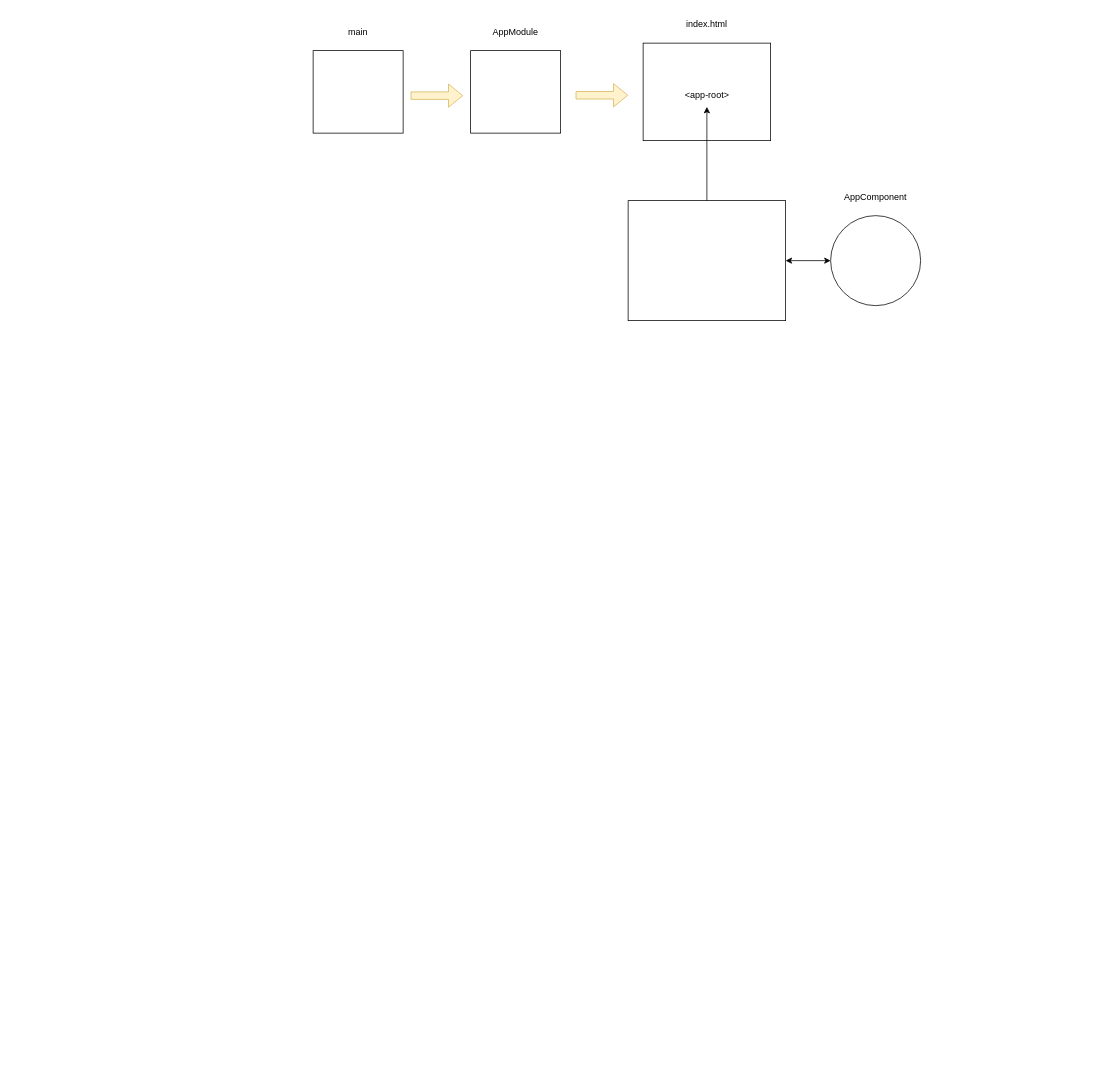
lrag/MEAN_2021_2 keeps this draw.io diagram as page "Página-39" (38 of 38) of dibujos.drawio. Above is the earlier version. Source tidied: cells renumbered, new cells numbered last; positions are measured from the earlier drawing's top-left corner, leaving out a move shared by most shapes. Both pictures are drawn from the tidied source at 75%, with x=0, y=0 at pixel (313, 13).
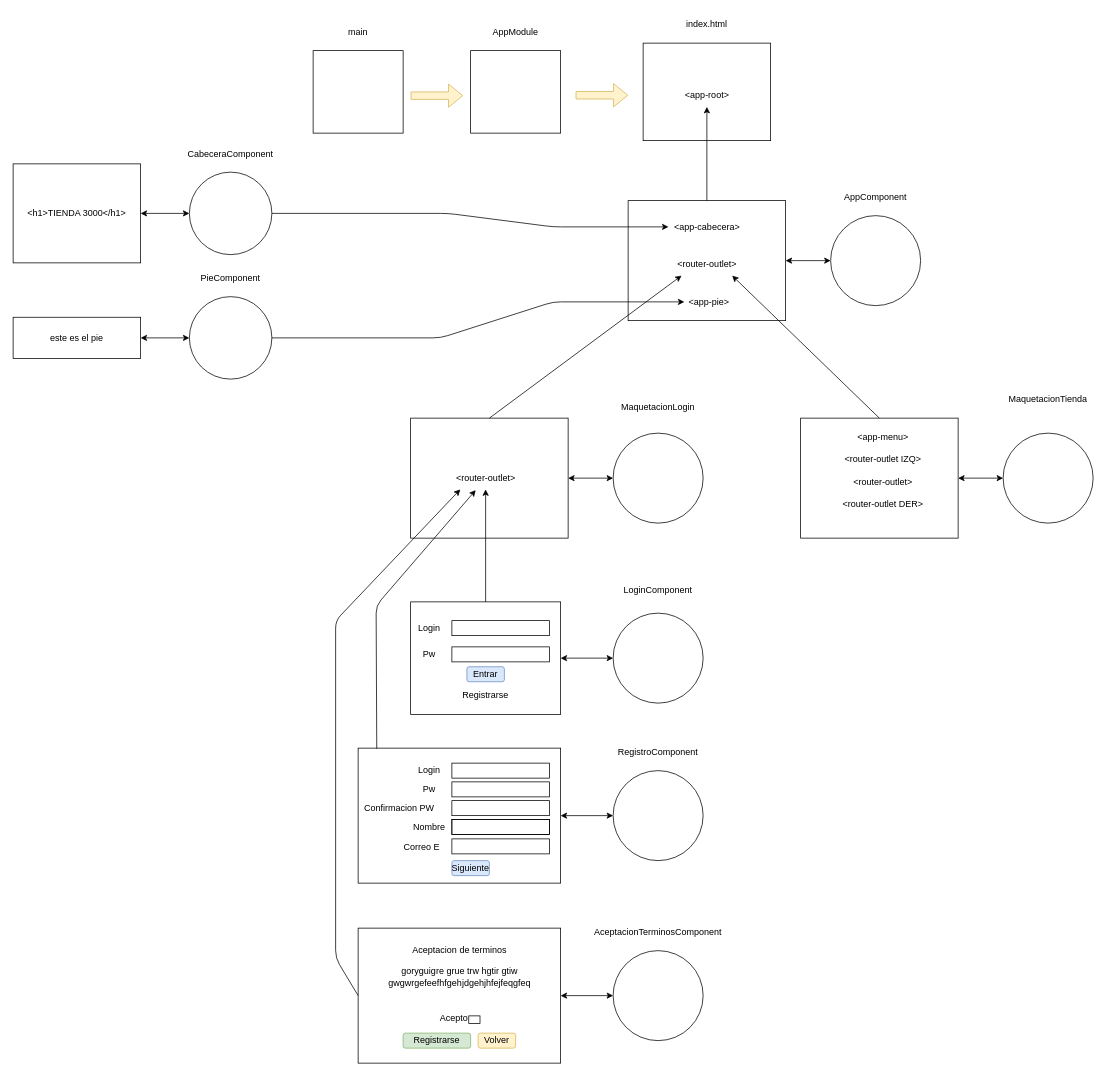
After the change.

The edit, as a diff of the source:
```diff
@@
+    <mxCell id="16" value="&amp;lt;app-cabecera&amp;gt;" style="text;html=1;strokeColor=none;fillColor=none;align=center;verticalAlign=middle;whiteSpace=wrap;rounded=0;" parent="1" vertex="1">
+      <mxGeometry x="473.8" y="270" width="102.5" height="30" as="geometry" />
+    </mxCell>
+    <mxCell id="17" value="&amp;lt;app-pie&amp;gt;" style="text;html=1;strokeColor=none;fillColor=none;align=center;verticalAlign=middle;whiteSpace=wrap;rounded=0;" parent="1" vertex="1">
+      <mxGeometry x="495" y="370" width="66.2" height="30" as="geometry" />
+    </mxCell>
+    <mxCell id="18" value="&amp;lt;router-outlet&amp;gt;" style="text;html=1;strokeColor=none;fillColor=none;align=center;verticalAlign=middle;whiteSpace=wrap;rounded=0;" parent="1" vertex="1">
+      <mxGeometry x="457.5" y="320" width="135" height="30" as="geometry" />
+    </mxCell>
+    <mxCell id="19" style="ellipse;whiteSpace=wrap;html=1;strokeColor=default;fillColor=none;" parent="1" vertex="1">
+      <mxGeometry x="400" y="560" width="120" height="120" as="geometry" />
+    </mxCell>
+    <mxCell id="20" style="rounded=0;whiteSpace=wrap;html=1;strokeColor=default;fillColor=none;" parent="1" vertex="1">
+      <mxGeometry x="130" y="540" width="210" height="160" as="geometry" />
+    </mxCell>
+    <mxCell id="21" style="endArrow=classic;startArrow=classic;html=1;rounded=1;strokeColor=#000000;strokeWidth=1;exitX=1;exitY=0.5;exitDx=0;exitDy=0;" parent="1" edge="1" source="20" target="19">
+      <mxGeometry relative="1" as="geometry" />
+    </mxCell>
+    <mxCell id="22" style="ellipse;whiteSpace=wrap;html=1;strokeColor=default;fillColor=none;" parent="1" vertex="1">
+      <mxGeometry x="920" y="560" width="120" height="120" as="geometry" />
+    </mxCell>
+    <mxCell id="23" style="rounded=0;whiteSpace=wrap;html=1;strokeColor=default;fillColor=none;" parent="1" vertex="1">
+      <mxGeometry x="650" y="540" width="210" height="160" as="geometry" />
+    </mxCell>
+    <mxCell id="24" style="endArrow=classic;startArrow=classic;html=1;rounded=1;strokeColor=#000000;strokeWidth=1;exitX=1;exitY=0.5;exitDx=0;exitDy=0;" parent="1" edge="1" source="23" target="22">
+      <mxGeometry relative="1" as="geometry" />
+    </mxCell>
+    <mxCell id="25" value="&amp;lt;app-menu&amp;gt;" style="text;html=1;strokeColor=none;fillColor=none;align=center;verticalAlign=middle;whiteSpace=wrap;rounded=0;" parent="1" vertex="1">
+      <mxGeometry x="715" y="550" width="90" height="30" as="geometry" />
+    </mxCell>
+    <mxCell id="26" value="&amp;lt;router-outlet&amp;gt;" style="text;html=1;strokeColor=none;fillColor=none;align=center;verticalAlign=middle;whiteSpace=wrap;rounded=0;" parent="1" vertex="1">
+      <mxGeometry x="710" y="610" width="100" height="30" as="geometry" />
+    </mxCell>
+    <mxCell id="27" value="&amp;lt;router-outlet IZQ&amp;gt;" style="text;html=1;strokeColor=none;fillColor=none;align=center;verticalAlign=middle;whiteSpace=wrap;rounded=0;" parent="1" vertex="1">
+      <mxGeometry x="695" y="580" width="130" height="30" as="geometry" />
+    </mxCell>
+    <mxCell id="28" value="&amp;lt;router-outlet DER&amp;gt;" style="text;html=1;strokeColor=none;fillColor=none;align=center;verticalAlign=middle;whiteSpace=wrap;rounded=0;" parent="1" vertex="1">
+      <mxGeometry x="695" y="640" width="130" height="30" as="geometry" />
+    </mxCell>
+    <mxCell id="29" value="&amp;lt;router-outlet&amp;gt;" style="text;html=1;strokeColor=none;fillColor=none;align=center;verticalAlign=middle;whiteSpace=wrap;rounded=0;" parent="1" vertex="1">
+      <mxGeometry x="162.5" y="605" width="135" height="30" as="geometry" />
+    </mxCell>
+    <mxCell id="30" style="endArrow=classic;html=1;rounded=1;exitX=0.5;exitY=0;exitDx=0;exitDy=0;entryX=0.25;entryY=1;entryDx=0;entryDy=0;" parent="1" edge="1" source="20" target="18">
+      <mxGeometry relative="1" as="geometry" />
+    </mxCell>
+    <mxCell id="31" style="endArrow=classic;html=1;rounded=1;exitX=0.5;exitY=0;exitDx=0;exitDy=0;entryX=0.75;entryY=1;entryDx=0;entryDy=0;" parent="1" edge="1" source="23" target="18">
+      <mxGeometry relative="1" as="geometry" />
+    </mxCell>
+    <mxCell id="32" style="ellipse;whiteSpace=wrap;html=1;strokeColor=default;fillColor=none;" parent="1" vertex="1">
+      <mxGeometry x="400" y="800" width="120" height="120" as="geometry" />
+    </mxCell>
+    <mxCell id="33" style="endArrow=classic;startArrow=classic;html=1;rounded=1;strokeColor=#000000;strokeWidth=1;exitX=1;exitY=0.5;exitDx=0;exitDy=0;" parent="1" edge="1" target="32">
+      <mxGeometry relative="1" as="geometry">
+        <mxPoint x="330" y="860" as="sourcePoint" />
+      </mxGeometry>
+    </mxCell>
+    <mxCell id="34" style="edgeStyle=none;rounded=1;orthogonalLoop=1;jettySize=auto;html=1;exitX=0;exitY=0;exitDx=0;exitDy=0;" parent="1" edge="1">
+      <mxGeometry relative="1" as="geometry">
+        <mxPoint x="160" y="795" as="sourcePoint" />
+        <mxPoint x="160" y="795" as="targetPoint" />
+      </mxGeometry>
+    </mxCell>
+    <mxCell id="35" style="ellipse;whiteSpace=wrap;html=1;strokeColor=default;fillColor=none;" parent="1" vertex="1">
+      <mxGeometry x="400" y="1010" width="120" height="120" as="geometry" />
+    </mxCell>
+    <mxCell id="36" style="rounded=0;whiteSpace=wrap;html=1;strokeColor=default;fillColor=none;" parent="1" vertex="1">
+      <mxGeometry x="60" y="980" width="270" height="180" as="geometry" />
+    </mxCell>
+    <mxCell id="37" style="endArrow=classic;startArrow=classic;html=1;rounded=1;strokeColor=#000000;strokeWidth=1;exitX=1;exitY=0.5;exitDx=0;exitDy=0;" parent="1" edge="1" source="36" target="35">
+      <mxGeometry relative="1" as="geometry" />
+    </mxCell>
+    <mxCell id="38" style="edgeStyle=none;rounded=1;orthogonalLoop=1;jettySize=auto;html=1;exitX=0;exitY=0;exitDx=0;exitDy=0;" parent="1" edge="1" source="36" target="36">
+      <mxGeometry relative="1" as="geometry" />
+    </mxCell>
+    <mxCell id="39" style="ellipse;whiteSpace=wrap;html=1;strokeColor=default;fillColor=none;" parent="1" vertex="1">
+      <mxGeometry x="400" y="1250" width="120" height="120" as="geometry" />
+    </mxCell>
+    <mxCell id="40" style="edgeStyle=none;rounded=1;orthogonalLoop=1;jettySize=auto;html=1;exitX=0;exitY=0;exitDx=0;exitDy=0;" parent="1" edge="1">
+      <mxGeometry relative="1" as="geometry">
+        <mxPoint x="215" y="1265" as="sourcePoint" />
+        <mxPoint x="215" y="1265" as="targetPoint" />
+      </mxGeometry>
+    </mxCell>
+    <mxCell id="41" style="rounded=0;whiteSpace=wrap;html=1;fillColor=none;" parent="1" vertex="1">
+      <mxGeometry x="130" y="785" width="200" height="150" as="geometry" />
+    </mxCell>
+    <mxCell id="42" style="rounded=0;whiteSpace=wrap;html=1;fillColor=none;" parent="1" vertex="1">
+      <mxGeometry x="185" y="810" width="130" height="20" as="geometry" />
+    </mxCell>
+    <mxCell id="43" style="rounded=0;whiteSpace=wrap;html=1;fillColor=none;" parent="1" vertex="1">
+      <mxGeometry x="185" y="845" width="130" height="20" as="geometry" />
+    </mxCell>
+    <mxCell id="44" value="Login" style="text;html=1;strokeColor=none;fillColor=none;align=center;verticalAlign=middle;whiteSpace=wrap;rounded=0;" parent="1" vertex="1">
+      <mxGeometry x="135" y="810" width="40" height="20" as="geometry" />
+    </mxCell>
+    <mxCell id="45" value="Pw" style="text;html=1;strokeColor=none;fillColor=none;align=center;verticalAlign=middle;whiteSpace=wrap;rounded=0;" parent="1" vertex="1">
+      <mxGeometry x="135" y="845" width="40" height="20" as="geometry" />
+    </mxCell>
+    <mxCell id="46" value="Entrar" style="rounded=1;whiteSpace=wrap;html=1;fillColor=#dae8fc;strokeColor=#6c8ebf;" parent="1" vertex="1">
+      <mxGeometry x="205" y="871.5" width="50" height="20" as="geometry" />
+    </mxCell>
+    <mxCell id="47" value="Registrarse" style="text;html=1;strokeColor=none;fillColor=none;align=center;verticalAlign=middle;whiteSpace=wrap;rounded=0;" parent="1" vertex="1">
+      <mxGeometry x="210" y="900" width="40" height="20" as="geometry" />
+    </mxCell>
+    <mxCell id="48" style="rounded=0;whiteSpace=wrap;html=1;fillColor=none;" parent="1" vertex="1">
+      <mxGeometry x="185" y="1000" width="130" height="20" as="geometry" />
+    </mxCell>
+    <mxCell id="49" style="rounded=0;whiteSpace=wrap;html=1;fillColor=none;" parent="1" vertex="1">
+      <mxGeometry x="185" y="1025" width="130" height="20" as="geometry" />
+    </mxCell>
+    <mxCell id="50" value="Login" style="text;html=1;strokeColor=none;fillColor=none;align=center;verticalAlign=middle;whiteSpace=wrap;rounded=0;" parent="1" vertex="1">
+      <mxGeometry x="135" y="1000" width="40" height="20" as="geometry" />
+    </mxCell>
+    <mxCell id="51" value="Pw" style="text;html=1;strokeColor=none;fillColor=none;align=center;verticalAlign=middle;whiteSpace=wrap;rounded=0;" parent="1" vertex="1">
+      <mxGeometry x="135" y="1025" width="40" height="20" as="geometry" />
+    </mxCell>
+    <mxCell id="52" value="Siguiente" style="rounded=1;whiteSpace=wrap;html=1;fillColor=#dae8fc;strokeColor=#6c8ebf;" parent="1" vertex="1">
+      <mxGeometry x="185" y="1130" width="50" height="20" as="geometry" />
+    </mxCell>
+    <mxCell id="53" style="rounded=0;whiteSpace=wrap;html=1;fillColor=none;" parent="1" vertex="1">
+      <mxGeometry x="185" y="1050" width="130" height="20" as="geometry" />
+    </mxCell>
+    <mxCell id="54" value="Confirmacion PW" style="text;html=1;strokeColor=none;fillColor=none;align=center;verticalAlign=middle;whiteSpace=wrap;rounded=0;" parent="1" vertex="1">
+      <mxGeometry x="55" y="1050" width="120" height="20" as="geometry" />
+    </mxCell>
+    <mxCell id="55" style="rounded=0;whiteSpace=wrap;html=1;fillColor=none;" parent="1" vertex="1">
+      <mxGeometry x="185" y="1075" width="130" height="20" as="geometry" />
+    </mxCell>
+    <mxCell id="56" value="Nombre" style="text;html=1;strokeColor=none;fillColor=none;align=center;verticalAlign=middle;whiteSpace=wrap;rounded=0;" parent="1" vertex="1">
+      <mxGeometry x="135" y="1075" width="40" height="20" as="geometry" />
+    </mxCell>
+    <mxCell id="57" style="rounded=0;whiteSpace=wrap;html=1;fillColor=none;" parent="1" vertex="1">
+      <mxGeometry x="185" y="1075" width="130" height="20" as="geometry" />
+    </mxCell>
+    <mxCell id="58" value="Correo E" style="text;html=1;strokeColor=none;fillColor=none;align=center;verticalAlign=middle;whiteSpace=wrap;rounded=0;" parent="1" vertex="1">
+      <mxGeometry x="115" y="1102" width="60" height="20" as="geometry" />
+    </mxCell>
+    <mxCell id="59" style="rounded=0;whiteSpace=wrap;html=1;fillColor=none;" parent="1" vertex="1">
+      <mxGeometry x="185" y="1101" width="130" height="20" as="geometry" />
+    </mxCell>
+    <mxCell id="60" style="rounded=0;whiteSpace=wrap;html=1;fillColor=none;" parent="1" vertex="1">
+      <mxGeometry x="60" y="1220" width="270" height="180" as="geometry" />
+    </mxCell>
+    <mxCell id="61" value="Aceptacion de terminos" style="text;html=1;strokeColor=none;fillColor=none;align=center;verticalAlign=middle;whiteSpace=wrap;rounded=0;" parent="1" vertex="1">
+      <mxGeometry x="117.5" y="1240" width="155" height="20" as="geometry" />
+    </mxCell>
+    <mxCell id="62" value="Registrarse" style="rounded=1;whiteSpace=wrap;html=1;fillColor=#d5e8d4;strokeColor=#82b366;" parent="1" vertex="1">
+      <mxGeometry x="120" y="1360" width="90" height="20" as="geometry" />
+    </mxCell>
+    <mxCell id="63" value="goryguigre grue trw hgtir gtiw gwgwrgefeefhfgehjdgehjhfejfeqgfeq" style="text;html=1;strokeColor=none;fillColor=none;align=center;verticalAlign=middle;whiteSpace=wrap;rounded=0;" parent="1" vertex="1">
+      <mxGeometry x="167.5" y="1275" width="55" height="20" as="geometry" />
+    </mxCell>
+    <mxCell id="64" value="Acepto" style="text;html=1;strokeColor=none;fillColor=none;align=center;verticalAlign=middle;whiteSpace=wrap;rounded=0;" parent="1" vertex="1">
+      <mxGeometry x="167.5" y="1330" width="40" height="20" as="geometry" />
+    </mxCell>
+    <mxCell id="65" style="rounded=0;whiteSpace=wrap;html=1;fillColor=none;" parent="1" vertex="1">
+      <mxGeometry x="207.5" y="1337" width="15" height="10" as="geometry" />
+    </mxCell>
+    <mxCell id="66" value="Volver" style="rounded=1;whiteSpace=wrap;html=1;fillColor=#fff2cc;strokeColor=#d6b656;" parent="1" vertex="1">
+      <mxGeometry x="220" y="1360" width="50" height="20" as="geometry" />
+    </mxCell>
+    <mxCell id="67" style="endArrow=classic;startArrow=classic;html=1;rounded=1;exitX=1;exitY=0.5;exitDx=0;exitDy=0;entryX=0;entryY=0.5;entryDx=0;entryDy=0;" parent="1" edge="1" source="60" target="39">
+      <mxGeometry relative="1" as="geometry" />
+    </mxCell>
+    <mxCell id="68" style="endArrow=classic;html=1;rounded=1;entryX=0.5;entryY=1;entryDx=0;entryDy=0;" parent="1" edge="1" source="41" target="29">
+      <mxGeometry relative="1" as="geometry" />
+    </mxCell>
+    <mxCell id="69" style="endArrow=classic;html=1;rounded=1;entryX=0.402;entryY=1.033;entryDx=0;entryDy=0;exitX=0.092;exitY=0.004;exitDx=0;exitDy=0;exitPerimeter=0;entryPerimeter=0;" parent="1" edge="1" source="36" target="29">
+      <mxGeometry relative="1" as="geometry">
+        <Array as="points">
+          <mxPoint x="84" y="790" />
+        </Array>
+      </mxGeometry>
+    </mxCell>
+    <mxCell id="70" style="endArrow=classic;html=1;rounded=1;exitX=0;exitY=0.5;exitDx=0;exitDy=0;entryX=0.25;entryY=1;entryDx=0;entryDy=0;" parent="1" edge="1" source="60" target="29">
+      <mxGeometry relative="1" as="geometry">
+        <Array as="points">
+          <mxPoint x="30" y="1260" />
+          <mxPoint x="30" y="810" />
+        </Array>
+      </mxGeometry>
+    </mxCell>
+    <mxCell id="71" value="&amp;lt;h1&amp;gt;TIENDA 3000&amp;lt;/h1&amp;gt;" style="rounded=0;whiteSpace=wrap;html=1;fillColor=none;" parent="1" vertex="1">
+      <mxGeometry x="-400" y="201" width="170" height="132" as="geometry" />
+    </mxCell>
+    <mxCell id="72" style="ellipse;whiteSpace=wrap;html=1;fillColor=none;" parent="1" vertex="1">
+      <mxGeometry x="-165" y="212" width="110" height="110" as="geometry" />
+    </mxCell>
+    <mxCell id="73" style="endArrow=classic;startArrow=classic;html=1;strokeWidth=1;exitX=1;exitY=0.5;exitDx=0;exitDy=0;" parent="1" edge="1" source="71" target="72">
+      <mxGeometry relative="1" as="geometry" />
+    </mxCell>
+    <mxCell id="74" value="CabeceraComponent" style="text;html=1;strokeColor=none;fillColor=none;align=center;verticalAlign=middle;whiteSpace=wrap;rounded=0;" parent="1" vertex="1">
+      <mxGeometry x="-130" y="178" width="40" height="20" as="geometry" />
+    </mxCell>
+    <mxCell id="75" value="este es el pie" style="rounded=0;whiteSpace=wrap;html=1;fillColor=none;" parent="1" vertex="1">
+      <mxGeometry x="-400" y="405.5" width="170" height="55" as="geometry" />
+    </mxCell>
+    <mxCell id="76" style="ellipse;whiteSpace=wrap;html=1;fillColor=none;" parent="1" vertex="1">
+      <mxGeometry x="-165" y="378" width="110" height="110" as="geometry" />
+    </mxCell>
+    <mxCell id="77" style="endArrow=classic;startArrow=classic;html=1;strokeWidth=1;exitX=1;exitY=0.5;exitDx=0;exitDy=0;" parent="1" edge="1" source="75" target="76">
+      <mxGeometry relative="1" as="geometry" />
+    </mxCell>
+    <mxCell id="78" value="PieComponent" style="text;html=1;strokeColor=none;fillColor=none;align=center;verticalAlign=middle;whiteSpace=wrap;rounded=0;" parent="1" vertex="1">
+      <mxGeometry x="-130" y="344" width="40" height="20" as="geometry" />
+    </mxCell>
+    <mxCell id="79" style="endArrow=classic;html=1;rounded=1;exitX=1;exitY=0.5;exitDx=0;exitDy=0;entryX=0;entryY=0.5;entryDx=0;entryDy=0;" parent="1" edge="1" source="72" target="16">
+      <mxGeometry relative="1" as="geometry">
+        <Array as="points">
+          <mxPoint x="180" y="267" />
+          <mxPoint x="320" y="285" />
+        </Array>
+      </mxGeometry>
+    </mxCell>
+    <mxCell id="80" style="endArrow=classic;html=1;rounded=1;exitX=1;exitY=0.5;exitDx=0;exitDy=0;entryX=0;entryY=0.5;entryDx=0;entryDy=0;" parent="1" edge="1" source="76" target="17">
+      <mxGeometry relative="1" as="geometry">
+        <Array as="points">
+          <mxPoint x="170" y="433" />
+          <mxPoint x="320" y="385" />
+        </Array>
+      </mxGeometry>
+    </mxCell>
+    <mxCell id="81" value="MaquetacionLogin" style="text;html=1;strokeColor=none;fillColor=none;align=center;verticalAlign=middle;whiteSpace=wrap;rounded=0;" parent="1" vertex="1">
+      <mxGeometry x="430" y="510" width="60" height="30" as="geometry" />
+    </mxCell>
+    <mxCell id="82" value="LoginComponent" style="text;html=1;strokeColor=none;fillColor=none;align=center;verticalAlign=middle;whiteSpace=wrap;rounded=0;" parent="1" vertex="1">
+      <mxGeometry x="430" y="755" width="60" height="30" as="geometry" />
+    </mxCell>
+    <mxCell id="83" value="RegistroComponent" style="text;html=1;strokeColor=none;fillColor=none;align=center;verticalAlign=middle;whiteSpace=wrap;rounded=0;" parent="1" vertex="1">
+      <mxGeometry x="430" y="970" width="60" height="30" as="geometry" />
+    </mxCell>
+    <mxCell id="84" value="AceptacionTerminosComponent" style="text;html=1;strokeColor=none;fillColor=none;align=center;verticalAlign=middle;whiteSpace=wrap;rounded=0;" parent="1" vertex="1">
+      <mxGeometry x="430" y="1210" width="60" height="30" as="geometry" />
+    </mxCell>
+    <mxCell id="85" value="MaquetacionTienda" style="text;html=1;strokeColor=none;fillColor=none;align=center;verticalAlign=middle;whiteSpace=wrap;rounded=0;" parent="1" vertex="1">
+      <mxGeometry x="950" y="500" width="60" height="30" as="geometry" />
+    </mxCell>
```
